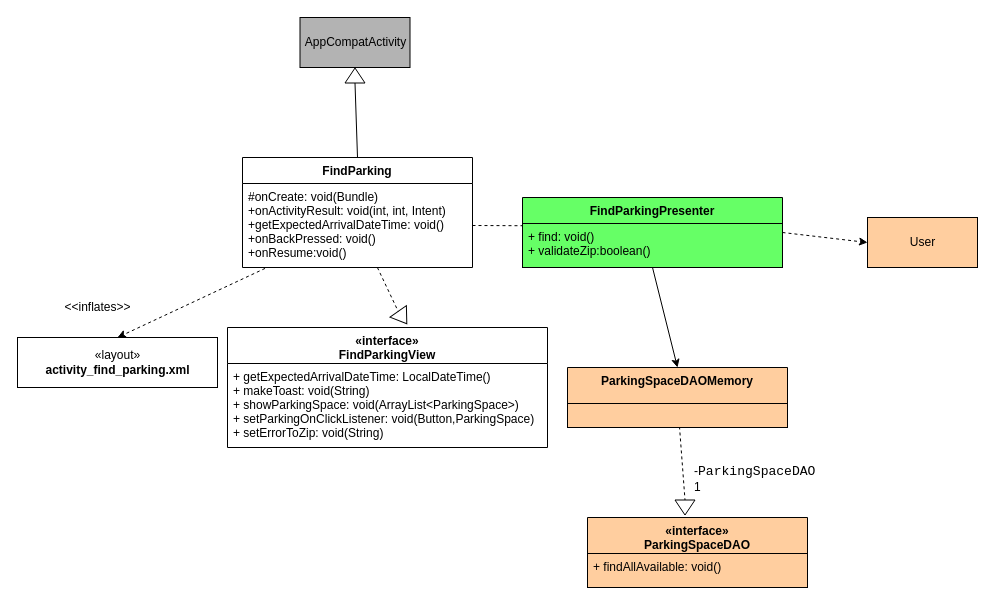
This is R4_Diagrams/Class Diagrams/FindParkingCD.drawio from ntinouldinho/Parking-App, a draw.io file, before an edit. Source tidied: cells renumbered, new cells numbered last; positions are measured from the earlier drawing's top-left corner, leaving out a move shared by most shapes. Both pictures are drawn from the tidied source at 100%, with x=0, y=0 at pixel (17, 17).
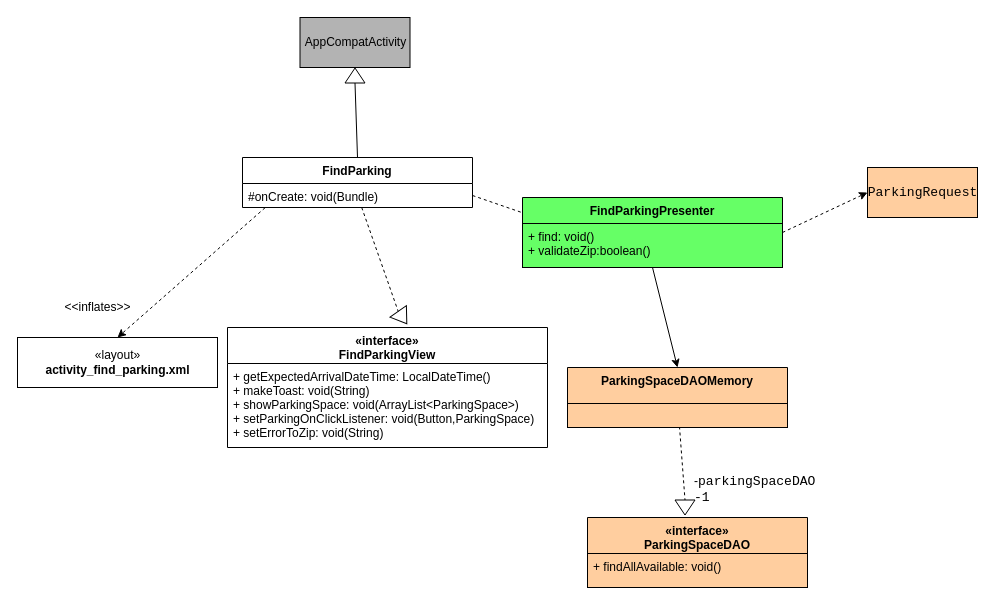
After the change.

The edit, as a diff of the source:
```diff
@@
     <mxCell id="10" value="FindParking" style="swimlane;fontStyle=1;align=center;verticalAlign=top;horizontal=1;startSize=26;strokeColor=#000000;fillColor=#FFFFFF;" parent="1" vertex="1">
-      <mxGeometry x="225" y="140" width="230" height="110" as="geometry" />
+      <mxGeometry x="225" y="140" width="230" height="50" as="geometry" />
     </mxCell>
-    <mxCell id="11" value="#onCreate: void(Bundle)&#10;+onActivityResult: void(int, int, Intent)&#10;+getExpectedArrivalDateTime: void()&#10;+onBackPressed: void()&#10;+onResume:void()" style="text;strokeColor=none;fillColor=none;align=left;verticalAlign=top;spacingLeft=4;spacingRight=4;overflow=hidden;points=[[0,0.5],[1,0.5]];portConstraint=eastwest;" parent="10" vertex="1">
-      <mxGeometry y="26" width="230" height="84" as="geometry" />
+    <mxCell id="11" value="#onCreate: void(Bundle)" style="text;strokeColor=none;fillColor=none;align=left;verticalAlign=top;spacingLeft=4;spacingRight=4;overflow=hidden;points=[[0,0.5],[1,0.5]];portConstraint=eastwest;" parent="10" vertex="1">
+      <mxGeometry y="26" width="230" height="24" as="geometry" />
     </mxCell>
@@
-    <mxCell id="13" value="User" style="html=1;strokeColor=#000000;fillColor=#FFCE9F;gradientColor=none;" parent="1" vertex="1">
-      <mxGeometry x="850" y="200" width="110" height="50" as="geometry" />
+    <mxCell id="13" value="&lt;pre style=&quot;font-family: &amp;#34;consolas&amp;#34; ; font-size: 9.8pt&quot;&gt;ParkingRequest&lt;/pre&gt;" style="html=1;strokeColor=#000000;fillColor=#FFCE9F;gradientColor=none;" parent="1" vertex="1">
+      <mxGeometry x="850" y="150" width="110" height="50" as="geometry" />
     </mxCell>
@@
-    <mxCell id="22" value="-&lt;span style=&quot;font-family: &amp;#34;consolas&amp;#34; ; font-size: 9.8pt&quot;&gt;ParkingSpaceDAO&lt;/span&gt;&lt;br&gt;1" style="text;html=1;" parent="1" vertex="1">
-      <mxGeometry x="675" y="440" width="50" height="30" as="geometry" />
+    <mxCell id="22" value="-&lt;span style=&quot;font-family: &amp;#34;consolas&amp;#34; ; font-size: 9.8pt&quot;&gt;parkingSpaceDAO&lt;br&gt;-1&lt;br&gt;&lt;/span&gt;" style="text;html=1;" parent="1" vertex="1">
+      <mxGeometry x="675" y="450" width="50" height="30" as="geometry" />
     </mxCell>
```
